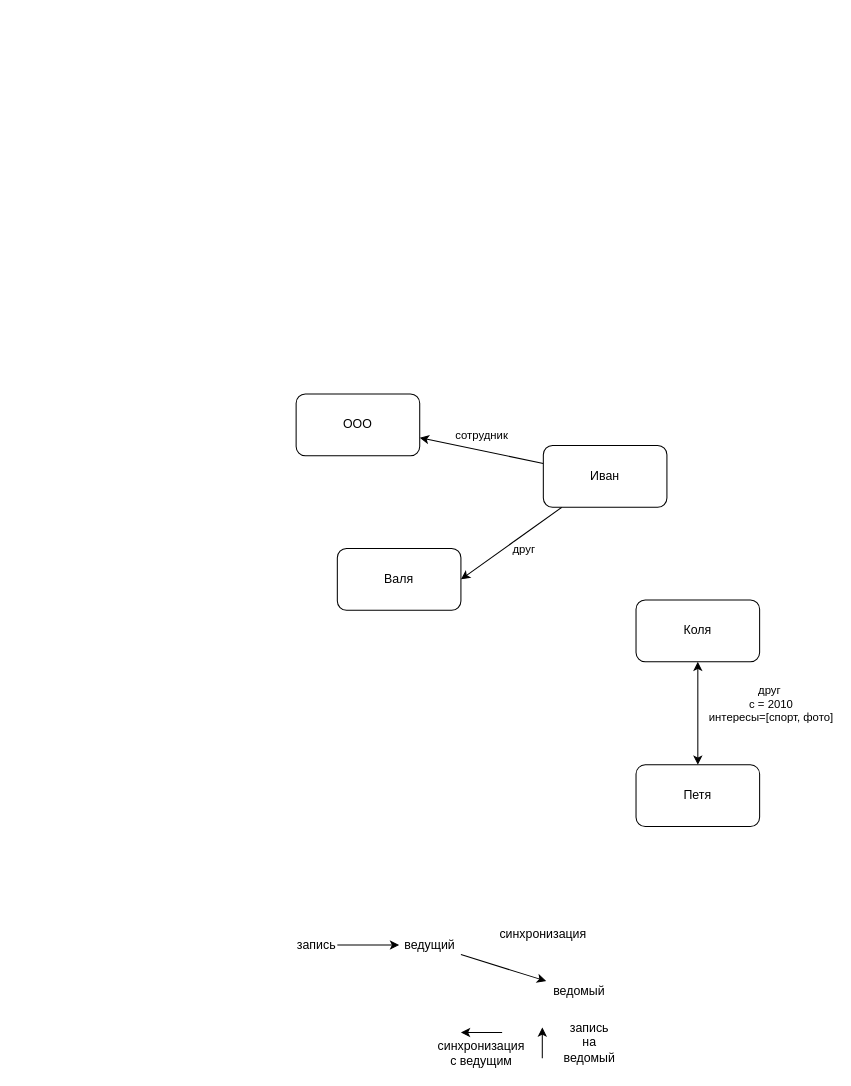
The draw.io diagram GraphDB/images.drawio in Smet1/lectures, before the edit. Source tidied: cells renumbered, new cells numbered last; positions are measured from the earlier drawing's top-left corner, leaving out a move shared by most shapes. Both pictures are drawn from the tidied source at 103%, with x=0, y=0 at pixel (296, 393).
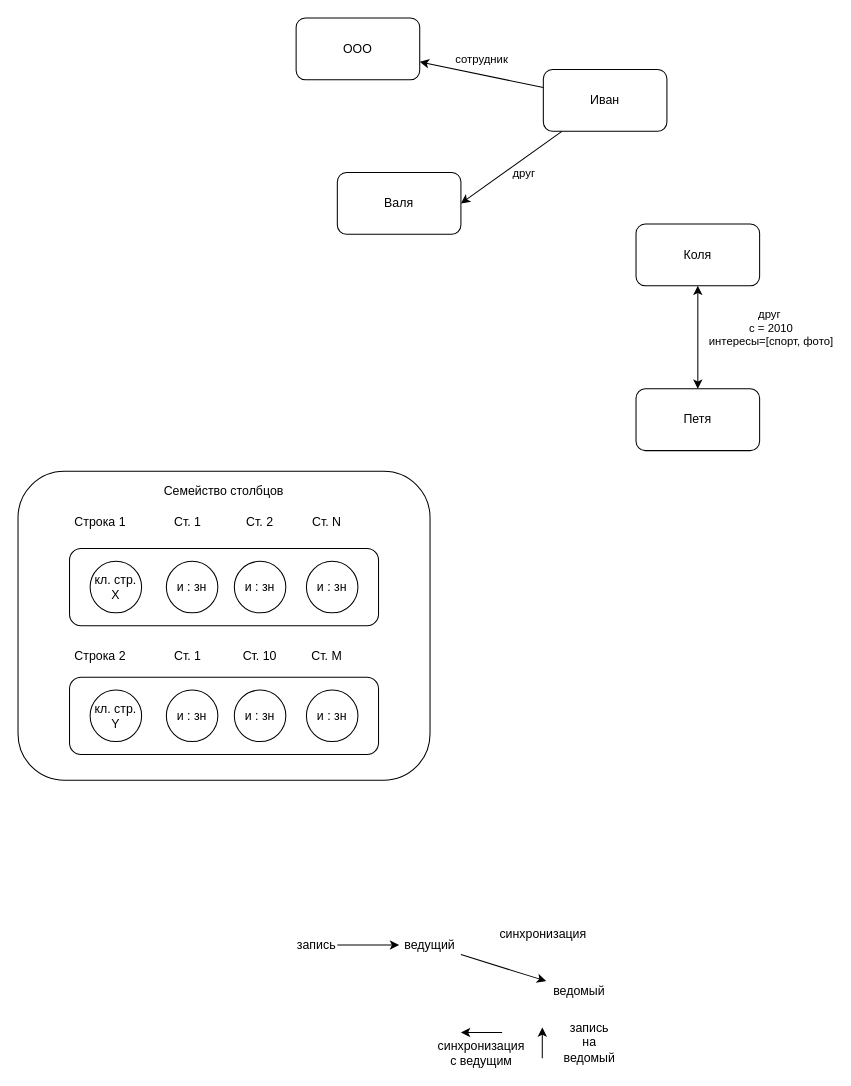
The same diagram, later.

Diff of the diagram source:
```diff
@@
     <mxCell id="2" value="ООО" style="rounded=1;whiteSpace=wrap;html=1;" parent="1" vertex="1">
-      <mxGeometry width="120" height="60" as="geometry" />
+      <mxGeometry y="-365" width="120" height="60" as="geometry" />
     </mxCell>
     <mxCell id="3" value="Валя" style="rounded=1;whiteSpace=wrap;html=1;" parent="1" vertex="1">
-      <mxGeometry x="40" y="150" width="120" height="60" as="geometry" />
+      <mxGeometry x="40" y="-215" width="120" height="60" as="geometry" />
     </mxCell>
@@
     <mxCell id="8" value="Иван" style="rounded=1;whiteSpace=wrap;html=1;" parent="1" vertex="1">
-      <mxGeometry x="240" y="50" width="120" height="60" as="geometry" />
+      <mxGeometry x="240" y="-315" width="120" height="60" as="geometry" />
     </mxCell>
@@
     <mxCell id="11" value="Коля" style="rounded=1;whiteSpace=wrap;html=1;" parent="1" vertex="1">
-      <mxGeometry x="330" y="200" width="120" height="60" as="geometry" />
+      <mxGeometry x="330" y="-165" width="120" height="60" as="geometry" />
     </mxCell>
     <mxCell id="12" value="Петя" style="rounded=1;whiteSpace=wrap;html=1;" parent="1" vertex="1">
-      <mxGeometry x="330" y="360" width="120" height="60" as="geometry" />
+      <mxGeometry x="330" y="-5" width="120" height="60" as="geometry" />
     </mxCell>
@@
+    <mxCell id="23" style="group;" parent="1" vertex="1">
+      <mxGeometry x="-270" y="75" width="400" height="300" as="geometry" />
+    </mxCell>
+    <mxCell id="24" style="rounded=1;whiteSpace=wrap;html=1;align=center;" parent="23" vertex="1">
+      <mxGeometry width="400" height="300" as="geometry" />
+    </mxCell>
+    <mxCell id="25" style="rounded=1;whiteSpace=wrap;html=1;" parent="23" vertex="1">
+      <mxGeometry x="50" y="75" width="300" height="75" as="geometry" />
+    </mxCell>
+    <mxCell id="26" value="кл. стр. Х" style="ellipse;whiteSpace=wrap;html=1;align=center;" parent="23" vertex="1">
+      <mxGeometry x="70" y="87.5" width="50" height="50" as="geometry" />
+    </mxCell>
+    <mxCell id="27" value="и : зн" style="ellipse;whiteSpace=wrap;html=1;align=center;" parent="23" vertex="1">
+      <mxGeometry x="144" y="87.5" width="50" height="50" as="geometry" />
+    </mxCell>
+    <mxCell id="28" value="и : зн" style="ellipse;whiteSpace=wrap;html=1;align=center;" parent="23" vertex="1">
+      <mxGeometry x="210" y="87.5" width="50" height="50" as="geometry" />
+    </mxCell>
+    <mxCell id="29" value="и : зн" style="ellipse;whiteSpace=wrap;html=1;align=center;" parent="23" vertex="1">
+      <mxGeometry x="280" y="87.5" width="50" height="50" as="geometry" />
+    </mxCell>
+    <mxCell id="30" style="rounded=1;whiteSpace=wrap;html=1;" parent="23" vertex="1">
+      <mxGeometry x="50" y="200" width="300" height="75" as="geometry" />
+    </mxCell>
+    <mxCell id="31" value="кл. стр. Y" style="ellipse;whiteSpace=wrap;html=1;align=center;" parent="23" vertex="1">
+      <mxGeometry x="70" y="212.5" width="50" height="50" as="geometry" />
+    </mxCell>
+    <mxCell id="32" value="и : зн" style="ellipse;whiteSpace=wrap;html=1;align=center;" parent="23" vertex="1">
+      <mxGeometry x="144" y="212.5" width="50" height="50" as="geometry" />
+    </mxCell>
+    <mxCell id="33" value="и : зн" style="ellipse;whiteSpace=wrap;html=1;align=center;" parent="23" vertex="1">
+      <mxGeometry x="210" y="212.5" width="50" height="50" as="geometry" />
+    </mxCell>
+    <mxCell id="34" value="и : зн" style="ellipse;whiteSpace=wrap;html=1;align=center;" parent="23" vertex="1">
+      <mxGeometry x="280" y="212.5" width="50" height="50" as="geometry" />
+    </mxCell>
+    <mxCell id="35" value="Строка 1" style="text;html=1;strokeColor=none;fillColor=none;align=center;verticalAlign=middle;whiteSpace=wrap;rounded=0;" parent="23" vertex="1">
+      <mxGeometry x="50" y="40" width="60" height="20" as="geometry" />
+    </mxCell>
+    <mxCell id="36" value="Строка 2" style="text;html=1;strokeColor=none;fillColor=none;align=center;verticalAlign=middle;whiteSpace=wrap;rounded=0;" parent="23" vertex="1">
+      <mxGeometry x="50" y="170" width="60" height="20" as="geometry" />
+    </mxCell>
+    <mxCell id="37" value="Ст. 1" style="text;html=1;strokeColor=none;fillColor=none;align=center;verticalAlign=middle;whiteSpace=wrap;rounded=0;" parent="23" vertex="1">
+      <mxGeometry x="145" y="170" width="40" height="20" as="geometry" />
+    </mxCell>
+    <mxCell id="38" value="Ст. 10" style="text;html=1;strokeColor=none;fillColor=none;align=center;verticalAlign=middle;whiteSpace=wrap;rounded=0;" parent="23" vertex="1">
+      <mxGeometry x="215" y="170" width="40" height="20" as="geometry" />
+    </mxCell>
+    <mxCell id="39" value="Ст. M" style="text;html=1;strokeColor=none;fillColor=none;align=center;verticalAlign=middle;whiteSpace=wrap;rounded=0;" parent="23" vertex="1">
+      <mxGeometry x="280" y="170" width="40" height="20" as="geometry" />
+    </mxCell>
+    <mxCell id="40" value="Ст. 1" style="text;html=1;strokeColor=none;fillColor=none;align=center;verticalAlign=middle;whiteSpace=wrap;rounded=0;" parent="23" vertex="1">
+      <mxGeometry x="145" y="40" width="40" height="20" as="geometry" />
+    </mxCell>
+    <mxCell id="41" value="Ст. 2" style="text;html=1;strokeColor=none;fillColor=none;align=center;verticalAlign=middle;whiteSpace=wrap;rounded=0;" parent="23" vertex="1">
+      <mxGeometry x="215" y="40" width="40" height="20" as="geometry" />
+    </mxCell>
+    <mxCell id="42" value="Ст. N" style="text;html=1;strokeColor=none;fillColor=none;align=center;verticalAlign=middle;whiteSpace=wrap;rounded=0;" parent="23" vertex="1">
+      <mxGeometry x="280" y="40" width="40" height="20" as="geometry" />
+    </mxCell>
+    <mxCell id="43" value="Семейство столбцов" style="text;html=1;strokeColor=none;fillColor=none;align=center;verticalAlign=middle;whiteSpace=wrap;rounded=0;" parent="23" vertex="1">
+      <mxGeometry x="135" y="10" width="130" height="20" as="geometry" />
+    </mxCell>
```
